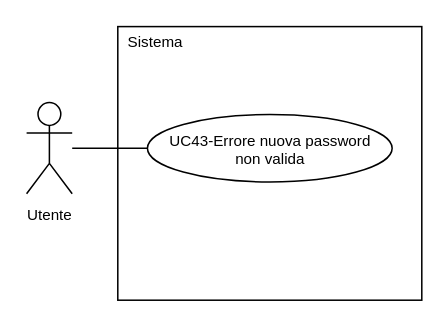
Above: 2-RTB/Documenti_esterni/Analisi_dei_requisiti/draw.io/UC43.drawio in SnakeByteTeam/snakebyteteam.github.io (draw.io), before the change. Source tidied: cells renumbered, new cells numbered last; positions are measured from the earlier drawing's top-left corner, leaving out a move shared by most shapes. Both pictures are drawn from the tidied source at 152%, with x=0, y=0 at pixel (26, 26).
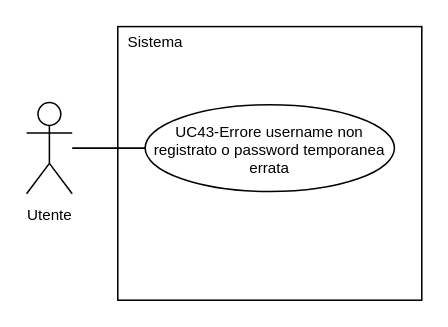
The same page after the edit.

Diff of the diagram source:
```diff
@@
 <mxGraphModel>
   <root>
     <mxCell id="0" />
     <mxCell id="1" parent="0" />
     <mxCell id="2" value="&lt;font style=&quot;font-size: 10px; line-height: 100%;&quot;&gt;Utente&lt;/font&gt;" style="shape=umlActor;verticalLabelPosition=bottom;verticalAlign=top;html=1;outlineConnect=0;" parent="1" vertex="1">
       <mxGeometry y="50" width="30" height="60" as="geometry" />
     </mxCell>
     <mxCell id="3" style="rounded=0;whiteSpace=wrap;html=1;" parent="1" vertex="1">
       <mxGeometry x="60" width="200" height="180" as="geometry" />
     </mxCell>
     <mxCell id="4" style="edgeStyle=orthogonalEdgeStyle;rounded=0;jettySize=auto;html=1;exitX=0;exitY=0.5;exitDx=0;exitDy=0;endArrow=none;endFill=0;" parent="1" edge="1" source="5" target="2">
       <mxGeometry relative="1" as="geometry" />
     </mxCell>
-    <mxCell id="5" value="&lt;div style=&quot;line-height: 100%;&quot;&gt;&lt;font style=&quot;line-height: 100%; font-size: 10px;&quot;&gt;UC43-Errore nuova password&lt;/font&gt;&lt;/div&gt;&lt;div style=&quot;line-height: 100%;&quot;&gt;&lt;font style=&quot;line-height: 100%; font-size: 10px;&quot;&gt;non valida&lt;/font&gt;&lt;/div&gt;" style="ellipse;whiteSpace=wrap;html=1;" parent="1" vertex="1">
-      <mxGeometry x="79.5" y="57.9" width="161" height="44.3" as="geometry" />
+    <mxCell id="5" value="&lt;div style=&quot;line-height: 100%;&quot;&gt;&lt;font style=&quot;line-height: 100%; font-size: 10px;&quot;&gt;UC43-Errore username non registrato o password temporanea errata&lt;/font&gt;&lt;/div&gt;" style="ellipse;whiteSpace=wrap;html=1;" parent="1" vertex="1">
+      <mxGeometry x="78" y="51.4" width="164" height="57.1" as="geometry" />
     </mxCell>
     <mxCell id="6" value="&lt;font style=&quot;font-size: 10px;&quot;&gt;Sistema&lt;/font&gt;" style="text;html=1;whiteSpace=wrap;strokeColor=none;fillColor=none;align=center;verticalAlign=middle;rounded=0;" parent="1" vertex="1">
       <mxGeometry x="60" width="50" height="20" as="geometry" />
     </mxCell>
   </root>
 </mxGraphModel>
```
